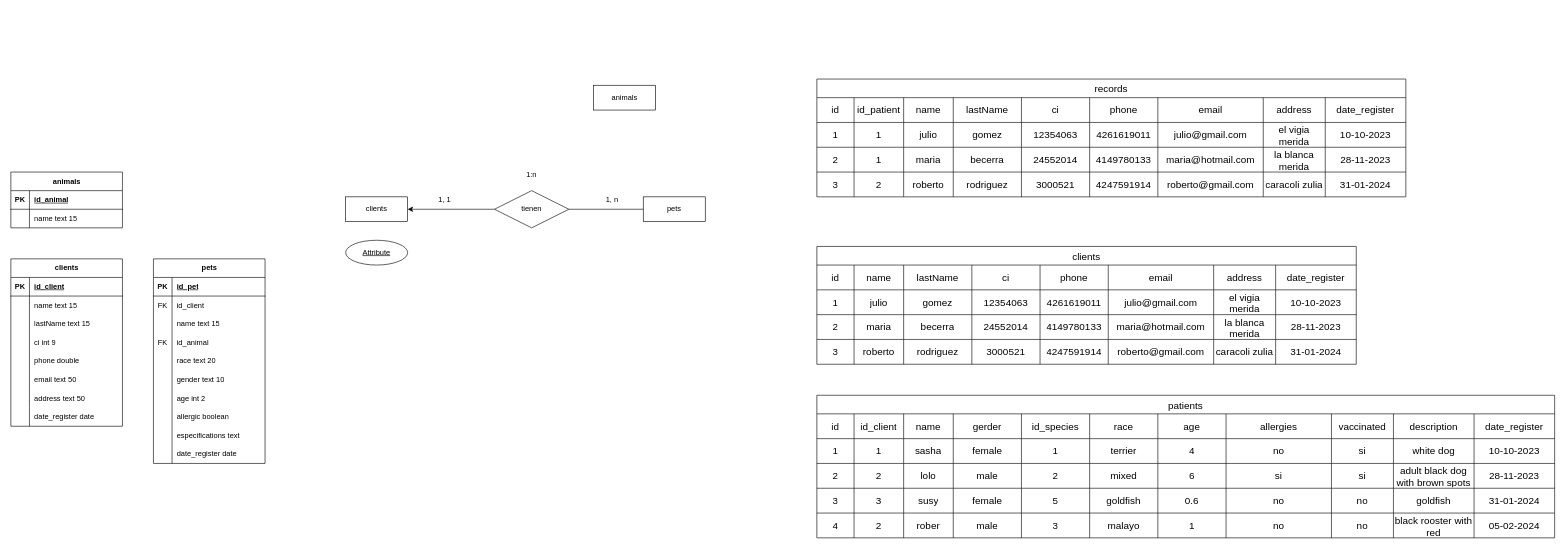
Above: veterinaryClinic.drawio in AlbanyNVRodriguez/draw---diagrams (draw.io), before the change. Source tidied: cells renumbered, new cells numbered last; positions are measured from the earlier drawing's top-left corner, leaving out a move shared by most shapes. Both pictures are drawn from the tidied source at 62%, with x=0, y=0 at pixel (11, 79).
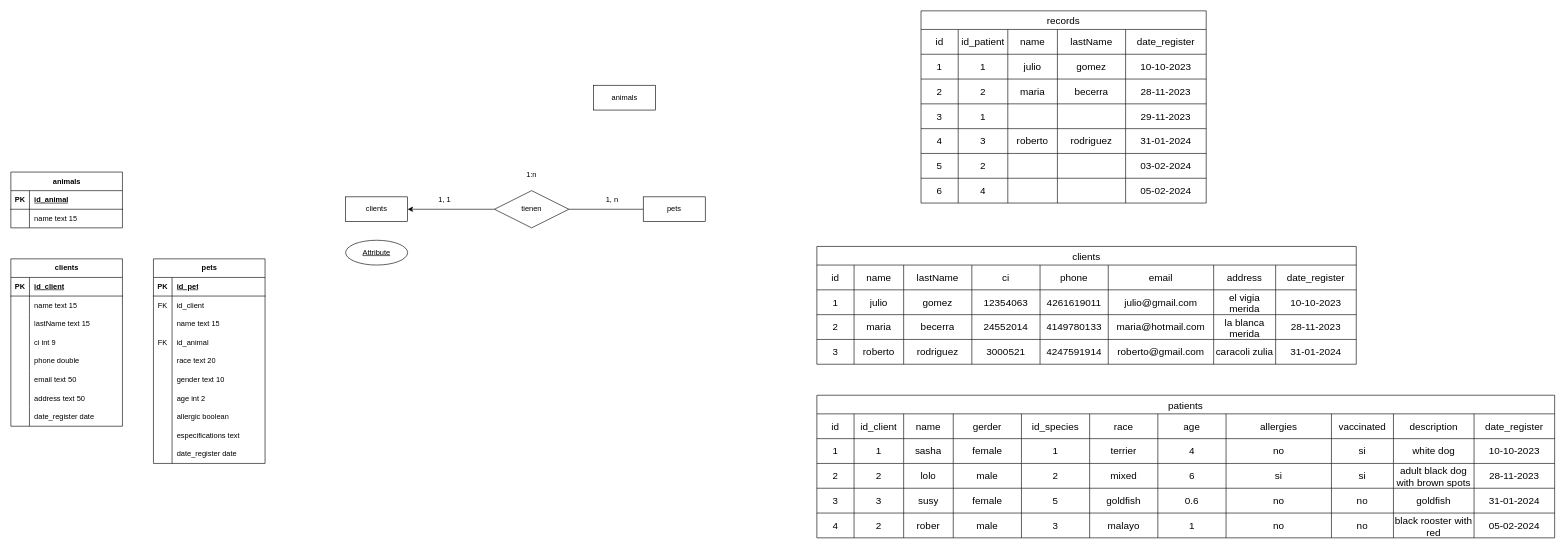
The same page after the edit.

Diff of the diagram source:
```diff
@@
     <mxCell id="173" value="records" style="shape=table;startSize=30;childLayout=tableLayout;strokeColor=default;fontSize=16;" parent="1" vertex="1">
-      <mxGeometry x="1300" width="950" height="190" as="geometry" />
+      <mxGeometry x="1468" y="-110" width="460" height="310" as="geometry" />
     </mxCell>
     <mxCell id="174" style="shape=tableRow;horizontal=0;startSize=0;swimlaneHead=0;swimlaneBody=0;strokeColor=inherit;top=0;left=0;bottom=0;right=0;fillColor=none;fontSize=16;" parent="173" vertex="1">
-      <mxGeometry y="30" width="950" height="40" as="geometry" />
+      <mxGeometry y="30" width="460" height="40" as="geometry" />
     </mxCell>
@@
-    <mxCell id="179" value="ci" style="shape=partialRectangle;html=1;whiteSpace=wrap;strokeColor=inherit;overflow=hidden;fillColor=none;top=0;left=0;bottom=0;right=0;fontSize=16;" parent="174" vertex="1">
-      <mxGeometry x="330" width="110" height="40" as="geometry" />
-    </mxCell>
-    <mxCell id="180" value="phone" style="shape=partialRectangle;html=1;whiteSpace=wrap;strokeColor=inherit;overflow=hidden;fillColor=none;top=0;left=0;bottom=0;right=0;fontSize=16;" parent="174" vertex="1">
-      <mxGeometry x="440" width="110" height="40" as="geometry" />
-    </mxCell>
-    <mxCell id="181" value="email" style="shape=partialRectangle;html=1;whiteSpace=wrap;strokeColor=inherit;overflow=hidden;fillColor=none;top=0;left=0;bottom=0;right=0;fontSize=16;" parent="174" vertex="1">
-      <mxGeometry x="550" width="170" height="40" as="geometry" />
-    </mxCell>
-    <mxCell id="182" value="address" style="shape=partialRectangle;html=1;whiteSpace=wrap;strokeColor=inherit;overflow=hidden;fillColor=none;top=0;left=0;bottom=0;right=0;fontSize=16;" parent="174" vertex="1">
-      <mxGeometry x="720" width="100" height="40" as="geometry" />
-    </mxCell>
     <mxCell id="183" value="date_register" style="shape=partialRectangle;html=1;whiteSpace=wrap;strokeColor=inherit;overflow=hidden;fillColor=none;top=0;left=0;bottom=0;right=0;fontSize=16;" parent="174" vertex="1">
-      <mxGeometry x="820" width="130" height="40" as="geometry" />
+      <mxGeometry x="330" width="130" height="40" as="geometry" />
     </mxCell>
     <mxCell id="184" style="shape=tableRow;horizontal=0;startSize=0;swimlaneHead=0;swimlaneBody=0;strokeColor=inherit;top=0;left=0;bottom=0;right=0;fillColor=none;fontSize=16;" parent="173" vertex="1">
-      <mxGeometry y="70" width="950" height="40" as="geometry" />
+      <mxGeometry y="70" width="460" height="40" as="geometry" />
     </mxCell>
@@
-    <mxCell id="189" value="12354063" style="shape=partialRectangle;html=1;whiteSpace=wrap;strokeColor=inherit;overflow=hidden;fillColor=none;top=0;left=0;bottom=0;right=0;fontSize=16;" parent="184" vertex="1">
-      <mxGeometry x="330" width="110" height="40" as="geometry" />
-    </mxCell>
-    <mxCell id="190" value="4261619011" style="shape=partialRectangle;html=1;whiteSpace=wrap;strokeColor=inherit;overflow=hidden;fillColor=none;top=0;left=0;bottom=0;right=0;fontSize=16;" parent="184" vertex="1">
-      <mxGeometry x="440" width="110" height="40" as="geometry" />
-    </mxCell>
-    <mxCell id="191" value="julio@gmail.com" style="shape=partialRectangle;html=1;whiteSpace=wrap;strokeColor=inherit;overflow=hidden;fillColor=none;top=0;left=0;bottom=0;right=0;fontSize=16;" parent="184" vertex="1">
-      <mxGeometry x="550" width="170" height="40" as="geometry" />
-    </mxCell>
-    <mxCell id="192" value="el vigia merida" style="shape=partialRectangle;html=1;whiteSpace=wrap;strokeColor=inherit;overflow=hidden;fillColor=none;top=0;left=0;bottom=0;right=0;fontSize=16;" parent="184" vertex="1">
-      <mxGeometry x="720" width="100" height="40" as="geometry" />
-    </mxCell>
     <mxCell id="193" value="10-10-2023" style="shape=partialRectangle;html=1;whiteSpace=wrap;strokeColor=inherit;overflow=hidden;fillColor=none;top=0;left=0;bottom=0;right=0;fontSize=16;" parent="184" vertex="1">
-      <mxGeometry x="820" width="130" height="40" as="geometry" />
+      <mxGeometry x="330" width="130" height="40" as="geometry" />
     </mxCell>
     <mxCell id="194" style="shape=tableRow;horizontal=0;startSize=0;swimlaneHead=0;swimlaneBody=0;strokeColor=inherit;top=0;left=0;bottom=0;right=0;fillColor=none;fontSize=16;" parent="173" vertex="1">
-      <mxGeometry y="110" width="950" height="40" as="geometry" />
+      <mxGeometry y="110" width="460" height="40" as="geometry" />
     </mxCell>
@@
-    <mxCell id="196" value="1" style="shape=partialRectangle;html=1;whiteSpace=wrap;strokeColor=inherit;overflow=hidden;fillColor=none;top=0;left=0;bottom=0;right=0;fontSize=16;" parent="194" vertex="1">
+    <mxCell id="196" value="2" style="shape=partialRectangle;html=1;whiteSpace=wrap;strokeColor=inherit;overflow=hidden;fillColor=none;top=0;left=0;bottom=0;right=0;fontSize=16;" parent="194" vertex="1">
       <mxGeometry x="60" width="80" height="40" as="geometry" />
     </mxCell>
@@
-    <mxCell id="199" value="24552014" style="shape=partialRectangle;html=1;whiteSpace=wrap;strokeColor=inherit;overflow=hidden;fillColor=none;top=0;left=0;bottom=0;right=0;fontSize=16;" parent="194" vertex="1">
-      <mxGeometry x="330" width="110" height="40" as="geometry" />
-    </mxCell>
-    <mxCell id="200" value="4149780133" style="shape=partialRectangle;html=1;whiteSpace=wrap;strokeColor=inherit;overflow=hidden;fillColor=none;top=0;left=0;bottom=0;right=0;fontSize=16;" parent="194" vertex="1">
-      <mxGeometry x="440" width="110" height="40" as="geometry" />
-    </mxCell>
-    <mxCell id="201" value="maria@hotmail.com" style="shape=partialRectangle;html=1;whiteSpace=wrap;strokeColor=inherit;overflow=hidden;fillColor=none;top=0;left=0;bottom=0;right=0;fontSize=16;" parent="194" vertex="1">
-      <mxGeometry x="550" width="170" height="40" as="geometry" />
-    </mxCell>
-    <mxCell id="202" value="la blanca merida" style="shape=partialRectangle;html=1;whiteSpace=wrap;strokeColor=inherit;overflow=hidden;fillColor=none;top=0;left=0;bottom=0;right=0;fontSize=16;" parent="194" vertex="1">
-      <mxGeometry x="720" width="100" height="40" as="geometry" />
-    </mxCell>
     <mxCell id="203" value="28-11-2023" style="shape=partialRectangle;html=1;whiteSpace=wrap;strokeColor=inherit;overflow=hidden;fillColor=none;top=0;left=0;bottom=0;right=0;fontSize=16;" parent="194" vertex="1">
-      <mxGeometry x="820" width="130" height="40" as="geometry" />
+      <mxGeometry x="330" width="130" height="40" as="geometry" />
     </mxCell>
+    <mxCell id="214" style="shape=tableRow;horizontal=0;startSize=0;swimlaneHead=0;swimlaneBody=0;strokeColor=inherit;top=0;left=0;bottom=0;right=0;fillColor=none;fontSize=16;" parent="173" vertex="1">
+      <mxGeometry y="150" width="460" height="40" as="geometry" />
+    </mxCell>
+    <mxCell id="215" value="3" style="shape=partialRectangle;html=1;whiteSpace=wrap;strokeColor=inherit;overflow=hidden;fillColor=none;top=0;left=0;bottom=0;right=0;fontSize=16;" parent="214" vertex="1">
+      <mxGeometry width="60" height="40" as="geometry" />
+    </mxCell>
+    <mxCell id="216" value="1" style="shape=partialRectangle;html=1;whiteSpace=wrap;strokeColor=inherit;overflow=hidden;fillColor=none;top=0;left=0;bottom=0;right=0;fontSize=16;" parent="214" vertex="1">
+      <mxGeometry x="60" width="80" height="40" as="geometry" />
+    </mxCell>
+    <mxCell id="217" style="shape=partialRectangle;html=1;whiteSpace=wrap;strokeColor=inherit;overflow=hidden;fillColor=none;top=0;left=0;bottom=0;right=0;fontSize=16;" parent="214" vertex="1">
+      <mxGeometry x="140" width="80" height="40" as="geometry" />
+    </mxCell>
+    <mxCell id="218" style="shape=partialRectangle;html=1;whiteSpace=wrap;strokeColor=inherit;overflow=hidden;fillColor=none;top=0;left=0;bottom=0;right=0;fontSize=16;" parent="214" vertex="1">
+      <mxGeometry x="220" width="110" height="40" as="geometry" />
+    </mxCell>
+    <mxCell id="219" value="29-11-2023" style="shape=partialRectangle;html=1;whiteSpace=wrap;strokeColor=inherit;overflow=hidden;fillColor=none;top=0;left=0;bottom=0;right=0;fontSize=16;" parent="214" vertex="1">
+      <mxGeometry x="330" width="130" height="40" as="geometry" />
+    </mxCell>
     <mxCell id="204" style="shape=tableRow;horizontal=0;startSize=0;swimlaneHead=0;swimlaneBody=0;strokeColor=inherit;top=0;left=0;bottom=0;right=0;fillColor=none;fontSize=16;" parent="173" vertex="1">
-      <mxGeometry y="150" width="950" height="40" as="geometry" />
+      <mxGeometry y="190" width="460" height="40" as="geometry" />
     </mxCell>
-    <mxCell id="205" value="3" style="shape=partialRectangle;html=1;whiteSpace=wrap;strokeColor=inherit;overflow=hidden;fillColor=none;top=0;left=0;bottom=0;right=0;fontSize=16;" parent="204" vertex="1">
+    <mxCell id="205" value="4" style="shape=partialRectangle;html=1;whiteSpace=wrap;strokeColor=inherit;overflow=hidden;fillColor=none;top=0;left=0;bottom=0;right=0;fontSize=16;" parent="204" vertex="1">
       <mxGeometry width="60" height="40" as="geometry" />
     </mxCell>
-    <mxCell id="206" value="2" style="shape=partialRectangle;html=1;whiteSpace=wrap;strokeColor=inherit;overflow=hidden;fillColor=none;top=0;left=0;bottom=0;right=0;fontSize=16;" parent="204" vertex="1">
+    <mxCell id="206" value="3" style="shape=partialRectangle;html=1;whiteSpace=wrap;strokeColor=inherit;overflow=hidden;fillColor=none;top=0;left=0;bottom=0;right=0;fontSize=16;" parent="204" vertex="1">
       <mxGeometry x="60" width="80" height="40" as="geometry" />
     </mxCell>
@@
-    <mxCell id="209" value="3000521" style="shape=partialRectangle;html=1;whiteSpace=wrap;strokeColor=inherit;overflow=hidden;fillColor=none;top=0;left=0;bottom=0;right=0;fontSize=16;" parent="204" vertex="1">
-      <mxGeometry x="330" width="110" height="40" as="geometry" />
-    </mxCell>
-    <mxCell id="210" value="4247591914" style="shape=partialRectangle;html=1;whiteSpace=wrap;strokeColor=inherit;overflow=hidden;fillColor=none;top=0;left=0;bottom=0;right=0;fontSize=16;" parent="204" vertex="1">
-      <mxGeometry x="440" width="110" height="40" as="geometry" />
-    </mxCell>
-    <mxCell id="211" value="roberto@gmail.com" style="shape=partialRectangle;html=1;whiteSpace=wrap;strokeColor=inherit;overflow=hidden;fillColor=none;top=0;left=0;bottom=0;right=0;fontSize=16;" parent="204" vertex="1">
-      <mxGeometry x="550" width="170" height="40" as="geometry" />
-    </mxCell>
-    <mxCell id="212" value="caracoli zulia" style="shape=partialRectangle;html=1;whiteSpace=wrap;strokeColor=inherit;overflow=hidden;fillColor=none;top=0;left=0;bottom=0;right=0;fontSize=16;" parent="204" vertex="1">
-      <mxGeometry x="720" width="100" height="40" as="geometry" />
-    </mxCell>
     <mxCell id="213" value="31-01-2024" style="shape=partialRectangle;html=1;whiteSpace=wrap;strokeColor=inherit;overflow=hidden;fillColor=none;top=0;left=0;bottom=0;right=0;fontSize=16;" parent="204" vertex="1">
-      <mxGeometry x="820" width="130" height="40" as="geometry" />
+      <mxGeometry x="330" width="130" height="40" as="geometry" />
     </mxCell>
+    <mxCell id="220" style="shape=tableRow;horizontal=0;startSize=0;swimlaneHead=0;swimlaneBody=0;strokeColor=inherit;top=0;left=0;bottom=0;right=0;fillColor=none;fontSize=16;" parent="173" vertex="1">
+      <mxGeometry y="230" width="460" height="40" as="geometry" />
+    </mxCell>
+    <mxCell id="221" value="5" style="shape=partialRectangle;html=1;whiteSpace=wrap;strokeColor=inherit;overflow=hidden;fillColor=none;top=0;left=0;bottom=0;right=0;fontSize=16;" parent="220" vertex="1">
+      <mxGeometry width="60" height="40" as="geometry" />
+    </mxCell>
+    <mxCell id="222" value="2" style="shape=partialRectangle;html=1;whiteSpace=wrap;strokeColor=inherit;overflow=hidden;fillColor=none;top=0;left=0;bottom=0;right=0;fontSize=16;" parent="220" vertex="1">
+      <mxGeometry x="60" width="80" height="40" as="geometry" />
+    </mxCell>
+    <mxCell id="223" style="shape=partialRectangle;html=1;whiteSpace=wrap;strokeColor=inherit;overflow=hidden;fillColor=none;top=0;left=0;bottom=0;right=0;fontSize=16;" parent="220" vertex="1">
+      <mxGeometry x="140" width="80" height="40" as="geometry" />
+    </mxCell>
+    <mxCell id="224" style="shape=partialRectangle;html=1;whiteSpace=wrap;strokeColor=inherit;overflow=hidden;fillColor=none;top=0;left=0;bottom=0;right=0;fontSize=16;" parent="220" vertex="1">
+      <mxGeometry x="220" width="110" height="40" as="geometry" />
+    </mxCell>
+    <mxCell id="225" value="03-02-2024" style="shape=partialRectangle;html=1;whiteSpace=wrap;strokeColor=inherit;overflow=hidden;fillColor=none;top=0;left=0;bottom=0;right=0;fontSize=16;" parent="220" vertex="1">
+      <mxGeometry x="330" width="130" height="40" as="geometry" />
+    </mxCell>
+    <mxCell id="226" style="shape=tableRow;horizontal=0;startSize=0;swimlaneHead=0;swimlaneBody=0;strokeColor=inherit;top=0;left=0;bottom=0;right=0;fillColor=none;fontSize=16;" parent="173" vertex="1">
+      <mxGeometry y="270" width="460" height="40" as="geometry" />
+    </mxCell>
+    <mxCell id="227" value="6" style="shape=partialRectangle;html=1;whiteSpace=wrap;strokeColor=inherit;overflow=hidden;fillColor=none;top=0;left=0;bottom=0;right=0;fontSize=16;" parent="226" vertex="1">
+      <mxGeometry width="60" height="40" as="geometry" />
+    </mxCell>
+    <mxCell id="228" value="4" style="shape=partialRectangle;html=1;whiteSpace=wrap;strokeColor=inherit;overflow=hidden;fillColor=none;top=0;left=0;bottom=0;right=0;fontSize=16;" parent="226" vertex="1">
+      <mxGeometry x="60" width="80" height="40" as="geometry" />
+    </mxCell>
+    <mxCell id="229" style="shape=partialRectangle;html=1;whiteSpace=wrap;strokeColor=inherit;overflow=hidden;fillColor=none;top=0;left=0;bottom=0;right=0;fontSize=16;" parent="226" vertex="1">
+      <mxGeometry x="140" width="80" height="40" as="geometry" />
+    </mxCell>
+    <mxCell id="230" style="shape=partialRectangle;html=1;whiteSpace=wrap;strokeColor=inherit;overflow=hidden;fillColor=none;top=0;left=0;bottom=0;right=0;fontSize=16;" parent="226" vertex="1">
+      <mxGeometry x="220" width="110" height="40" as="geometry" />
+    </mxCell>
+    <mxCell id="231" value="05-02-2024" style="shape=partialRectangle;html=1;whiteSpace=wrap;strokeColor=inherit;overflow=hidden;fillColor=none;top=0;left=0;bottom=0;right=0;fontSize=16;" parent="226" vertex="1">
+      <mxGeometry x="330" width="130" height="40" as="geometry" />
+    </mxCell>
```
